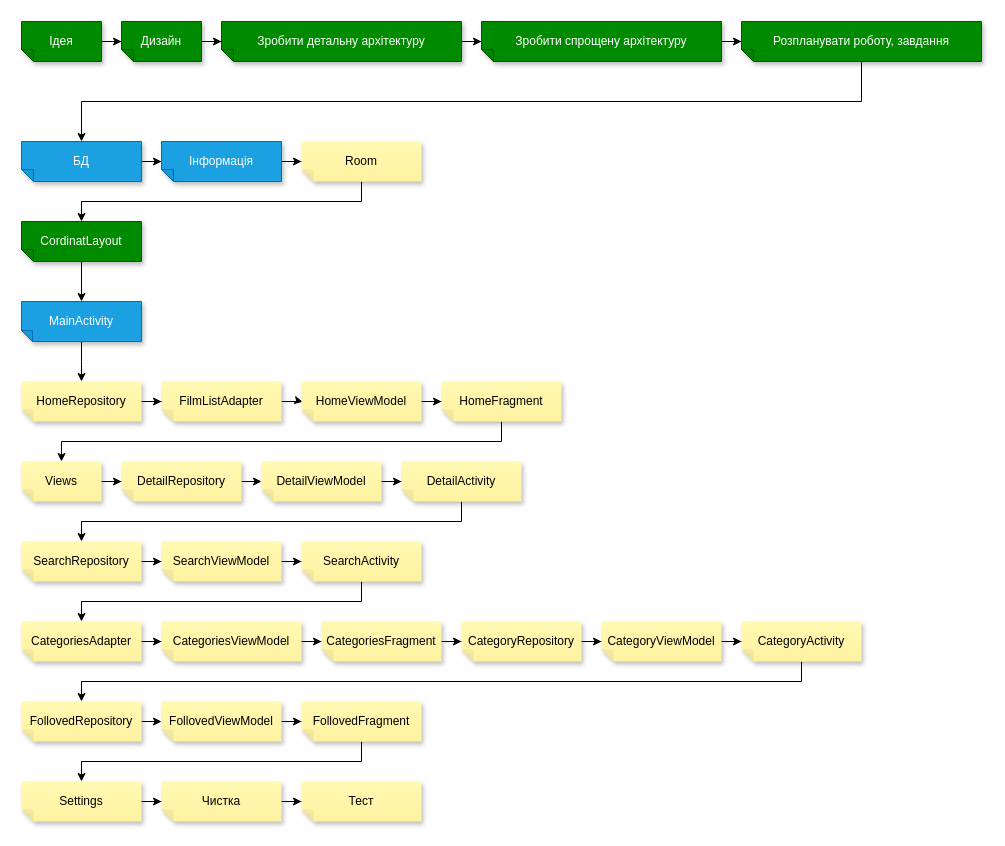
This is page "Завдання" (2 of 3) of files for project/MoviesReview.drawio from SviatKuzbyt/MoviesReview, a draw.io file, before an edit. Source tidied: cells renumbered, new cells numbered last; positions are measured from the earlier drawing's top-left corner, leaving out a move shared by most shapes. Both pictures are drawn from the tidied source at 100%, with x=0, y=0 at pixel (21, 21).
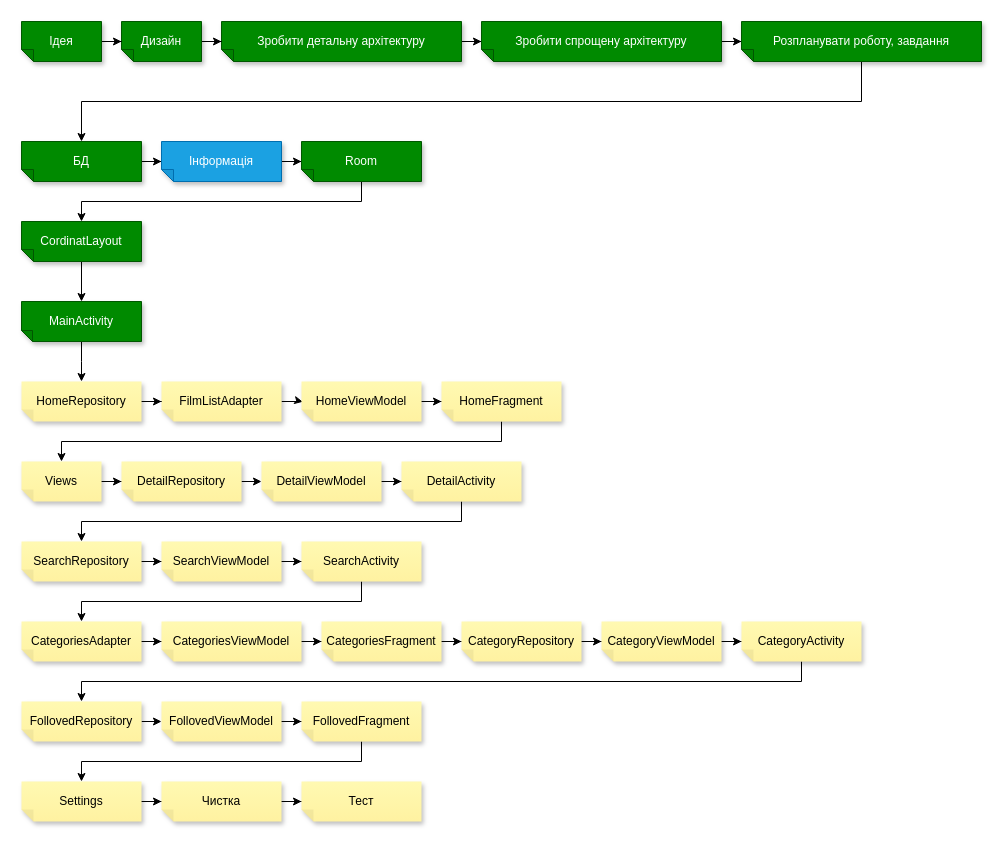
Above is the later version.

Diff of the diagram source:
```diff
@@
-    <mxCell id="9" value="БД" style="shape=note;whiteSpace=wrap;html=1;backgroundOutline=1;fontColor=#ffffff;darkOpacity=0.05;fillColor=#1ba1e2;strokeColor=#006EAF;fillStyle=solid;direction=west;gradientDirection=north;shadow=1;size=12;" parent="1" vertex="1">
+    <mxCell id="9" value="БД" style="shape=note;whiteSpace=wrap;html=1;backgroundOutline=1;fontColor=#ffffff;darkOpacity=0.05;fillColor=#008a00;strokeColor=#005700;fillStyle=solid;direction=west;gradientDirection=north;shadow=1;size=12;" parent="1" vertex="1">
       <mxGeometry y="120" width="120" height="40" as="geometry" />
     </mxCell>
@@
-    <mxCell id="13" value="Room" style="shape=note;whiteSpace=wrap;html=1;backgroundOutline=1;fontColor=#000000;darkOpacity=0.05;fillColor=#FFF9B2;strokeColor=none;fillStyle=solid;direction=west;gradientDirection=north;gradientColor=#FFF2A1;shadow=1;size=12;" parent="1" vertex="1">
+    <mxCell id="13" value="Room" style="shape=note;whiteSpace=wrap;html=1;backgroundOutline=1;fontColor=#ffffff;darkOpacity=0.05;fillColor=#008a00;strokeColor=#005700;fillStyle=solid;direction=west;gradientDirection=north;shadow=1;size=12;" parent="1" vertex="1">
       <mxGeometry x="280" y="120" width="120" height="40" as="geometry" />
     </mxCell>
@@
-    <mxCell id="17" value="MainActivity" style="shape=note;whiteSpace=wrap;html=1;backgroundOutline=1;fontColor=#ffffff;darkOpacity=0.05;fillColor=#1ba1e2;strokeColor=#006EAF;fillStyle=solid;direction=west;gradientDirection=north;shadow=1;size=11;" parent="1" vertex="1">
+    <mxCell id="17" value="MainActivity" style="shape=note;whiteSpace=wrap;html=1;backgroundOutline=1;fontColor=#ffffff;darkOpacity=0.05;fillColor=#008a00;strokeColor=#005700;fillStyle=solid;direction=west;gradientDirection=north;shadow=1;size=11;" parent="1" vertex="1">
       <mxGeometry y="280" width="120" height="40" as="geometry" />
     </mxCell>
```
